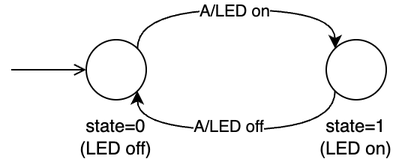
Earlier version of the draw.io export figs/led-aan-uit-schakelaar-diagram.drawio.png (eelcodijkstra/pcintrobook). Source tidied: cells renumbered, new cells last; positions are measured from the earlier drawing's top-left corner, leaving out a move shared by most shapes.
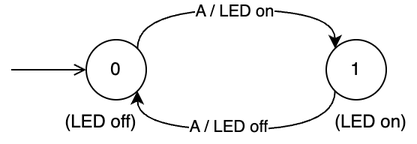
Above is the later version.

What changed in the source:
```diff
@@ -2,10 +2,10 @@
   <root>
     <mxCell id="0" />
     <mxCell id="1" parent="0" />
-    <mxCell id="2" style="ellipse;whiteSpace=wrap;html=1;" parent="1" vertex="1">
+    <mxCell id="2" value="0" style="ellipse;whiteSpace=wrap;html=1;" parent="1" vertex="1">
       <mxGeometry x="50" y="20" width="40" height="40" as="geometry" />
     </mxCell>
-    <mxCell id="3" style="ellipse;whiteSpace=wrap;html=1;" parent="1" vertex="1">
+    <mxCell id="3" value="1" style="ellipse;whiteSpace=wrap;html=1;" parent="1" vertex="1">
       <mxGeometry x="210" y="20" width="40" height="40" as="geometry" />
     </mxCell>
     <mxCell id="4" style="endArrow=classic;html=1;rounded=0;exitX=1;exitY=0;exitDx=0;exitDy=0;entryX=0;entryY=0;entryDx=0;entryDy=0;edgeStyle=orthogonalEdgeStyle;curved=1;" parent="1" edge="1" source="2" target="3">
@@ -16,7 +16,7 @@
         </Array>
       </mxGeometry>
     </mxCell>
-    <mxCell id="5" value="A/LED on" style="edgeLabel;html=1;align=center;verticalAlign=middle;" parent="4" vertex="1">
+    <mxCell id="5" value="A / LED on" style="edgeLabel;html=1;align=center;verticalAlign=middle;" parent="4" vertex="1">
       <mxGeometry x="-0.02" relative="1" as="geometry" />
     </mxCell>
     <mxCell id="6" style="endArrow=classic;html=1;rounded=0;exitX=0;exitY=1;exitDx=0;exitDy=0;entryX=1;entryY=1;entryDx=0;entryDy=0;edgeStyle=orthogonalEdgeStyle;curved=1;" parent="1" edge="1" source="3" target="2">
@@ -27,14 +27,14 @@
         </Array>
       </mxGeometry>
     </mxCell>
-    <mxCell id="7" value="A/LED off" style="edgeLabel;html=1;align=center;verticalAlign=middle;" parent="6" vertex="1">
+    <mxCell id="7" value="A / LED off" style="edgeLabel;html=1;align=center;verticalAlign=middle;" parent="6" vertex="1">
       <mxGeometry x="0.05" y="-3" relative="1" as="geometry" />
     </mxCell>
-    <mxCell id="8" value="state=0&lt;div&gt;(LED off)&lt;/div&gt;" style="text;html=1;align=center;verticalAlign=middle;whiteSpace=wrap;rounded=0;" parent="1" vertex="1">
-      <mxGeometry x="40" y="70" width="60" height="30" as="geometry" />
+    <mxCell id="8" value="&lt;div&gt;(LED off)&lt;/div&gt;" style="text;html=1;align=center;verticalAlign=middle;whiteSpace=wrap;rounded=0;" parent="1" vertex="1">
+      <mxGeometry x="30" y="60" width="60" height="30" as="geometry" />
     </mxCell>
-    <mxCell id="9" value="state=1&lt;div&gt;(LED on)&lt;/div&gt;" style="text;html=1;align=center;verticalAlign=middle;whiteSpace=wrap;rounded=0;" parent="1" vertex="1">
-      <mxGeometry x="200" y="70" width="60" height="30" as="geometry" />
+    <mxCell id="9" value="&lt;div&gt;(LED on)&lt;/div&gt;" style="text;html=1;align=center;verticalAlign=middle;whiteSpace=wrap;rounded=0;" parent="1" vertex="1">
+      <mxGeometry x="210" y="60" width="60" height="30" as="geometry" />
     </mxCell>
     <mxCell id="10" style="endArrow=open;html=1;rounded=0;endFill=0;" parent="1" edge="1">
       <mxGeometry relative="1" as="geometry">
```
